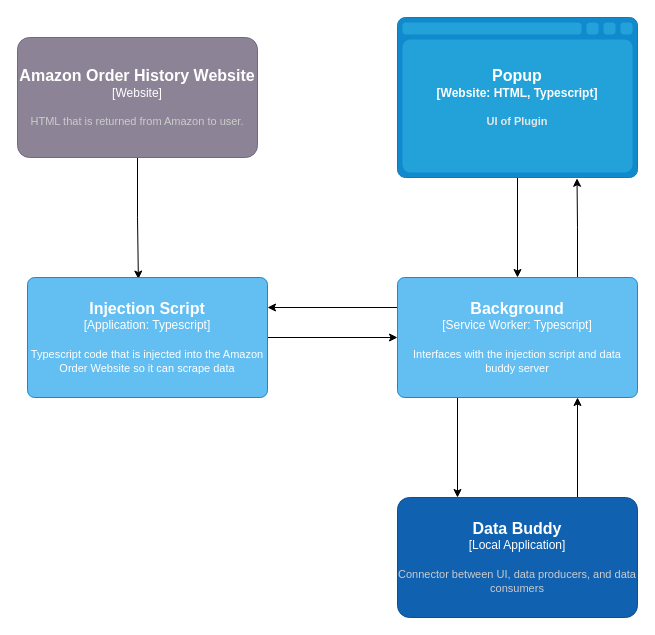
This is page "Web Scraper" (3 of 4) of docs/data_buddy_architecture.drawio from mmartin4972/data-buddy, a draw.io file, before an edit. Source tidied: cells renumbered, new cells numbered last; positions are measured from the earlier drawing's top-left corner, leaving out a move shared by most shapes. Both pictures are drawn from the tidied source at 100%, with x=0, y=0 at pixel (17, 17).
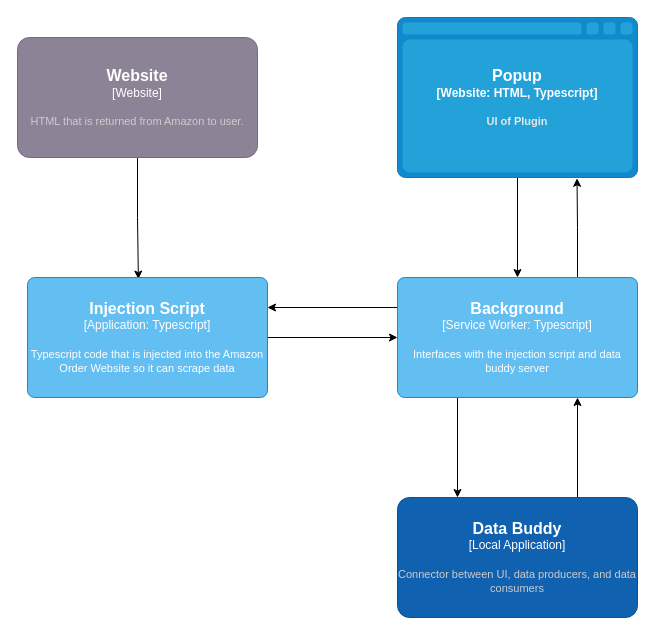
The same diagram, later.

Diff of the diagram source:
```diff
@@
 <mxGraphModel>
   <root>
     <mxCell id="0" />
     <mxCell id="1" parent="0" />
     <mxCell id="2" style="edgeStyle=orthogonalEdgeStyle;rounded=0;jettySize=auto;html=1;entryX=0.5;entryY=0;entryDx=0;entryDy=0;entryPerimeter=0;" parent="1" edge="1" source="3" target="7">
       <mxGeometry relative="1" as="geometry" />
     </mxCell>
     <object id="3" label="&lt;font style=&quot;font-size: 16px&quot;&gt;&lt;b&gt;%c4Type%&lt;/font&gt;&lt;div&gt;[%c4Container%:&amp;nbsp;%c4Technology%]&lt;/div&gt;&lt;br&gt;&lt;div&gt;&lt;font style=&quot;font-size: 11px&quot;&gt;&lt;font color=&quot;#E6E6E6&quot;&gt;%c4Description%&lt;/font&gt;&lt;/div&gt;" c4Container="Website" c4Description="UI of Plugin" c4Technology="HTML, Typescript" c4Type="Popup" placeholders="1">
       <mxCell style="shape=mxgraph.c4.webBrowserContainer;whiteSpace=wrap;html=1;boundedLbl=1;rounded=0;labelBackgroundColor=none;fillColor=#118ACD;fontSize=12;fontColor=#ffffff;align=center;strokeColor=#0E7DAD;points=[[0.5,0,0],[1,0.25,0],[1,0.5,0],[1,0.75,0],[0.5,1,0],[0,0.75,0],[0,0.5,0],[0,0.25,0]];" parent="1" vertex="1">
         <mxGeometry x="380" width="240" height="160" as="geometry" />
       </mxCell>
     </object>
     <mxCell id="4" style="edgeStyle=orthogonalEdgeStyle;rounded=0;jettySize=auto;html=1;exitX=0.75;exitY=0;exitDx=0;exitDy=0;exitPerimeter=0;entryX=0.748;entryY=1.005;entryDx=0;entryDy=0;entryPerimeter=0;" parent="1" edge="1" source="7" target="3">
       <mxGeometry relative="1" as="geometry" />
     </mxCell>
     <mxCell id="5" style="edgeStyle=orthogonalEdgeStyle;rounded=0;jettySize=auto;html=1;exitX=0.25;exitY=1;exitDx=0;exitDy=0;exitPerimeter=0;entryX=0.25;entryY=0;entryDx=0;entryDy=0;entryPerimeter=0;" parent="1" edge="1" source="7" target="9">
       <mxGeometry relative="1" as="geometry" />
     </mxCell>
     <mxCell id="6" style="edgeStyle=orthogonalEdgeStyle;rounded=0;jettySize=auto;html=1;exitX=0;exitY=0.25;exitDx=0;exitDy=0;exitPerimeter=0;entryX=1;entryY=0.25;entryDx=0;entryDy=0;entryPerimeter=0;" parent="1" edge="1" source="7" target="13">
       <mxGeometry relative="1" as="geometry" />
     </mxCell>
     <object id="7" label="&lt;font style=&quot;font-size: 16px&quot;&gt;&lt;b&gt;%c4Name%&lt;/b&gt;&lt;/font&gt;&lt;div&gt;[%c4Type%: %c4Technology%]&lt;/div&gt;&lt;br&gt;&lt;div&gt;&lt;font style=&quot;font-size: 11px&quot;&gt;%c4Description%&lt;/font&gt;&lt;/div&gt;" c4Description="Interfaces with the injection script and data buddy server" c4Name="Background" c4Technology="Typescript" c4Type="Service Worker" placeholders="1">
       <mxCell style="rounded=1;whiteSpace=wrap;html=1;labelBackgroundColor=none;fillColor=#63BEF2;fontColor=#ffffff;align=center;arcSize=6;strokeColor=#2086C9;points=[[0.25,0,0],[0.5,0,0],[0.75,0,0],[1,0.25,0],[1,0.5,0],[1,0.75,0],[0.75,1,0],[0.5,1,0],[0.25,1,0],[0,0.75,0],[0,0.5,0],[0,0.25,0]];" parent="1" vertex="1">
         <mxGeometry x="380" y="260" width="240" height="120" as="geometry" />
       </mxCell>
     </object>
     <mxCell id="8" style="edgeStyle=orthogonalEdgeStyle;rounded=0;jettySize=auto;html=1;exitX=0.75;exitY=0;exitDx=0;exitDy=0;exitPerimeter=0;entryX=0.75;entryY=1;entryDx=0;entryDy=0;entryPerimeter=0;" parent="1" edge="1" source="9" target="7">
       <mxGeometry relative="1" as="geometry" />
     </mxCell>
     <object id="9" label="&lt;font style=&quot;font-size: 16px&quot;&gt;&lt;b&gt;%c4Name%&lt;/b&gt;&lt;/font&gt;&lt;div&gt;[%c4Type%]&lt;/div&gt;&lt;br&gt;&lt;div&gt;&lt;font style=&quot;font-size: 11px&quot;&gt;&lt;font color=&quot;#cccccc&quot;&gt;%c4Description%&lt;/font&gt;&lt;/div&gt;" c4Description="Connector between UI, data producers, and data consumers" c4Name="Data Buddy" c4Type="Local Application" placeholders="1">
       <mxCell style="rounded=1;whiteSpace=wrap;html=1;labelBackgroundColor=none;fillColor=#1061B0;fontColor=#ffffff;align=center;arcSize=10;strokeColor=#0D5091;points=[[0.25,0,0],[0.5,0,0],[0.75,0,0],[1,0.25,0],[1,0.5,0],[1,0.75,0],[0.75,1,0],[0.5,1,0],[0.25,1,0],[0,0.75,0],[0,0.5,0],[0,0.25,0]];" parent="1" vertex="1">
         <mxGeometry x="380" y="480" width="240" height="120" as="geometry" />
       </mxCell>
     </object>
     <mxCell id="10" style="edgeStyle=orthogonalEdgeStyle;rounded=0;jettySize=auto;html=1;entryX=0.462;entryY=0.013;entryDx=0;entryDy=0;entryPerimeter=0;" parent="1" edge="1" source="11" target="13">
       <mxGeometry relative="1" as="geometry" />
     </mxCell>
-    <object id="11" label="&lt;font style=&quot;font-size: 16px&quot;&gt;&lt;b&gt;%c4Name%&lt;/b&gt;&lt;/font&gt;&lt;div&gt;[%c4Type%]&lt;/div&gt;&lt;br&gt;&lt;div&gt;&lt;font style=&quot;font-size: 11px&quot;&gt;&lt;font color=&quot;#cccccc&quot;&gt;%c4Description%&lt;/font&gt;&lt;/div&gt;" c4Description="HTML that is returned from Amazon to user." c4Name="Amazon Order History Website" c4Type="Website" placeholders="1">
+    <object id="11" label="&lt;font style=&quot;font-size: 16px&quot;&gt;&lt;b&gt;%c4Name%&lt;/b&gt;&lt;/font&gt;&lt;div&gt;[%c4Type%]&lt;/div&gt;&lt;br&gt;&lt;div&gt;&lt;font style=&quot;font-size: 11px&quot;&gt;&lt;font color=&quot;#cccccc&quot;&gt;%c4Description%&lt;/font&gt;&lt;/div&gt;" c4Description="HTML that is returned from Amazon to user." c4Name="Website" c4Type="Website" placeholders="1">
       <mxCell style="rounded=1;whiteSpace=wrap;html=1;labelBackgroundColor=none;fillColor=#8C8496;fontColor=#ffffff;align=center;arcSize=10;strokeColor=#736782;points=[[0.25,0,0],[0.5,0,0],[0.75,0,0],[1,0.25,0],[1,0.5,0],[1,0.75,0],[0.75,1,0],[0.5,1,0],[0.25,1,0],[0,0.75,0],[0,0.5,0],[0,0.25,0]];" parent="1" vertex="1">
         <mxGeometry y="20" width="240" height="120" as="geometry" />
       </mxCell>
     </object>
     <mxCell id="12" style="edgeStyle=orthogonalEdgeStyle;rounded=0;jettySize=auto;html=1;exitX=1;exitY=0.5;exitDx=0;exitDy=0;exitPerimeter=0;" parent="1" edge="1" source="13" target="7">
       <mxGeometry relative="1" as="geometry" />
     </mxCell>
     <object id="13" label="&lt;font style=&quot;font-size: 16px&quot;&gt;&lt;b&gt;%c4Name%&lt;/b&gt;&lt;/font&gt;&lt;div&gt;[%c4Type%: %c4Technology%]&lt;/div&gt;&lt;br&gt;&lt;div&gt;&lt;font style=&quot;font-size: 11px&quot;&gt;%c4Description%&lt;/font&gt;&lt;/div&gt;" c4Description="Typescript code that is injected into the Amazon Order Website so it can scrape data" c4Name="Injection Script" c4Technology="Typescript" c4Type="Application" placeholders="1">
       <mxCell style="rounded=1;whiteSpace=wrap;html=1;labelBackgroundColor=none;fillColor=#63BEF2;fontColor=#ffffff;align=center;arcSize=6;strokeColor=#2086C9;points=[[0.25,0,0],[0.5,0,0],[0.75,0,0],[1,0.25,0],[1,0.5,0],[1,0.75,0],[0.75,1,0],[0.5,1,0],[0.25,1,0],[0,0.75,0],[0,0.5,0],[0,0.25,0]];" parent="1" vertex="1">
         <mxGeometry x="10" y="260" width="240" height="120" as="geometry" />
       </mxCell>
     </object>
   </root>
 </mxGraphModel>
```
